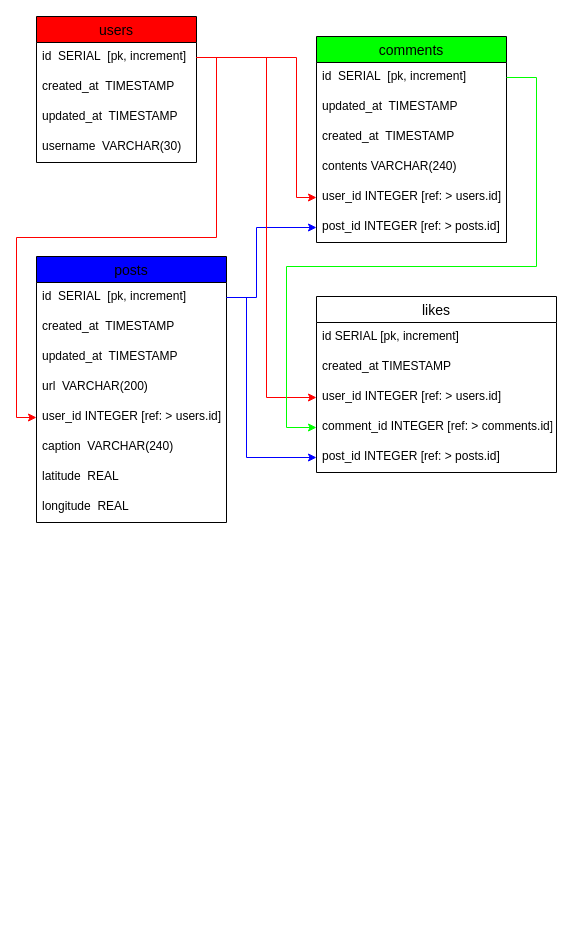
louissaadgo/database-schema keeps this draw.io diagram as DB INSTA.drawio. Above is the earlier version. Source tidied: cells renumbered, new cells numbered last; positions are measured from the earlier drawing's top-left corner, leaving out a move shared by most shapes. Both pictures are drawn from the tidied source at 100%, with x=0, y=0 at pixel (36, 16).
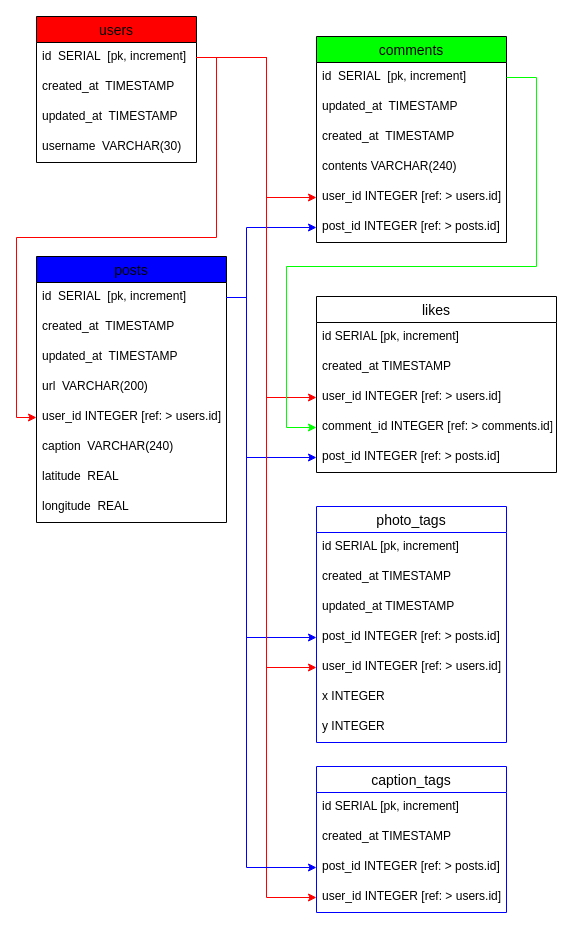
The same page after the edit.

Commit message:
added tag function on posts and captions

Unchanged cells that the change refers to:
```xml
<mxCell id="3" value="id  SERIAL  [pk, increment]" style="text;strokeColor=none;fillColor=none;spacingLeft=4;spacingRight=4;overflow=hidden;points=[[0,0.5],[1,0.5]];portConstraint=eastwest;fontSize=12;" parent="2" vertex="1">
  <mxGeometry y="26" width="160" height="30" as="geometry" />
</mxCell>
<mxCell id="8" value="id  SERIAL  [pk, increment]" style="text;strokeColor=none;fillColor=none;spacingLeft=4;spacingRight=4;overflow=hidden;points=[[0,0.5],[1,0.5]];portConstraint=eastwest;fontSize=12;" parent="7" vertex="1">
  <mxGeometry y="26" width="190" height="30" as="geometry" />
</mxCell>
<mxCell id="21" value="user_id INTEGER [ref: &gt; users.id]" style="text;strokeColor=none;fillColor=none;spacingLeft=4;spacingRight=4;overflow=hidden;points=[[0,0.5],[1,0.5]];portConstraint=eastwest;fontSize=12;" parent="16" vertex="1">
  <mxGeometry y="146" width="190" height="30" as="geometry" />
</mxCell>
<mxCell id="22" value="post_id INTEGER [ref: &gt; posts.id]" style="text;strokeColor=none;fillColor=none;spacingLeft=4;spacingRight=4;overflow=hidden;points=[[0,0.5],[1,0.5]];portConstraint=eastwest;fontSize=12;" parent="16" vertex="1">
  <mxGeometry y="176" width="190" height="30" as="geometry" />
</mxCell>
```

What changed in the source:
```diff
@@
     <mxCell id="23" style="edgeStyle=orthogonalEdgeStyle;rounded=0;jettySize=auto;html=1;entryX=0;entryY=0.5;entryDx=0;entryDy=0;strokeColor=#FF0000;" parent="1" edge="1" source="3" target="21">
       <mxGeometry relative="1" as="geometry">
         <Array as="points">
-          <mxPoint x="260" y="41" />
-          <mxPoint x="260" y="181" />
+          <mxPoint x="230" y="41" />
+          <mxPoint x="230" y="181" />
         </Array>
       </mxGeometry>
     </mxCell>
     <mxCell id="24" style="edgeStyle=orthogonalEdgeStyle;rounded=0;jettySize=auto;html=1;entryX=0;entryY=0.5;entryDx=0;entryDy=0;strokeColor=#0000FF;" parent="1" edge="1" source="8" target="22">
       <mxGeometry relative="1" as="geometry">
         <Array as="points">
-          <mxPoint x="220" y="281" />
-          <mxPoint x="220" y="211" />
+          <mxPoint x="210" y="281" />
+          <mxPoint x="210" y="211" />
         </Array>
       </mxGeometry>
     </mxCell>
@@
+    <mxCell id="35" value="photo_tags" style="swimlane;fontStyle=0;horizontal=1;startSize=26;align=center;fontSize=14;strokeColor=#0000FF;fillColor=#FFFFFF;" parent="1" vertex="1">
+      <mxGeometry x="280" y="490" width="190" height="236" as="geometry" />
+    </mxCell>
+    <mxCell id="36" value="id SERIAL [pk, increment]" style="text;strokeColor=none;fillColor=none;spacingLeft=4;spacingRight=4;overflow=hidden;fontSize=12;" parent="35" vertex="1">
+      <mxGeometry y="26" width="190" height="30" as="geometry" />
+    </mxCell>
+    <mxCell id="37" value="created_at TIMESTAMP" style="text;strokeColor=none;fillColor=none;spacingLeft=4;spacingRight=4;overflow=hidden;fontSize=12;" parent="35" vertex="1">
+      <mxGeometry y="56" width="190" height="30" as="geometry" />
+    </mxCell>
+    <mxCell id="38" value="updated_at TIMESTAMP" style="text;strokeColor=none;fillColor=none;spacingLeft=4;spacingRight=4;overflow=hidden;fontSize=12;" parent="35" vertex="1">
+      <mxGeometry y="86" width="190" height="30" as="geometry" />
+    </mxCell>
+    <mxCell id="39" value="post_id INTEGER [ref: &gt; posts.id]" style="text;strokeColor=none;fillColor=none;spacingLeft=4;spacingRight=4;overflow=hidden;points=[[0,0.5],[1,0.5]];portConstraint=eastwest;fontSize=12;" parent="35" vertex="1">
+      <mxGeometry y="116" width="190" height="30" as="geometry" />
+    </mxCell>
+    <mxCell id="40" value="user_id INTEGER [ref: &gt; users.id]" style="text;strokeColor=none;fillColor=none;spacingLeft=4;spacingRight=4;overflow=hidden;points=[[0,0.5],[1,0.5]];portConstraint=eastwest;fontSize=12;" parent="35" vertex="1">
+      <mxGeometry y="146" width="190" height="30" as="geometry" />
+    </mxCell>
+    <mxCell id="41" value="x INTEGER" style="text;strokeColor=none;fillColor=none;spacingLeft=4;spacingRight=4;overflow=hidden;fontSize=12;" parent="35" vertex="1">
+      <mxGeometry y="176" width="190" height="30" as="geometry" />
+    </mxCell>
+    <mxCell id="42" value="y INTEGER" style="text;strokeColor=none;fillColor=none;spacingLeft=4;spacingRight=4;overflow=hidden;fontSize=12;" parent="35" vertex="1">
+      <mxGeometry y="206" width="190" height="30" as="geometry" />
+    </mxCell>
+    <mxCell id="43" value="caption_tags" style="swimlane;fontStyle=0;horizontal=1;startSize=26;align=center;fontSize=14;strokeColor=#0000FF;fillColor=#FFFFFF;" parent="1" vertex="1">
+      <mxGeometry x="280" y="750" width="190" height="146" as="geometry" />
+    </mxCell>
+    <mxCell id="44" value="id SERIAL [pk, increment]" style="text;strokeColor=none;fillColor=none;spacingLeft=4;spacingRight=4;overflow=hidden;fontSize=12;" parent="43" vertex="1">
+      <mxGeometry y="26" width="190" height="30" as="geometry" />
+    </mxCell>
+    <mxCell id="45" value="created_at TIMESTAMP" style="text;strokeColor=none;fillColor=none;spacingLeft=4;spacingRight=4;overflow=hidden;fontSize=12;" parent="43" vertex="1">
+      <mxGeometry y="56" width="190" height="30" as="geometry" />
+    </mxCell>
+    <mxCell id="46" value="post_id INTEGER [ref: &gt; posts.id]" style="text;strokeColor=none;fillColor=none;spacingLeft=4;spacingRight=4;overflow=hidden;points=[[0,0.5],[1,0.5]];portConstraint=eastwest;fontSize=12;" parent="43" vertex="1">
+      <mxGeometry y="86" width="190" height="30" as="geometry" />
+    </mxCell>
+    <mxCell id="47" value="user_id INTEGER [ref: &gt; users.id]" style="text;strokeColor=none;fillColor=none;spacingLeft=4;spacingRight=4;overflow=hidden;points=[[0,0.5],[1,0.5]];portConstraint=eastwest;fontSize=12;" parent="43" vertex="1">
+      <mxGeometry y="116" width="190" height="30" as="geometry" />
+    </mxCell>
+    <mxCell id="48" style="edgeStyle=orthogonalEdgeStyle;rounded=0;jettySize=auto;html=1;entryX=0;entryY=0.5;entryDx=0;entryDy=0;strokeColor=#FF0000;fillColor=#FF0000;" parent="1" edge="1" source="3" target="40">
+      <mxGeometry relative="1" as="geometry">
+        <Array as="points">
+          <mxPoint x="230" y="41" />
+          <mxPoint x="230" y="651" />
+        </Array>
+      </mxGeometry>
+    </mxCell>
+    <mxCell id="49" style="edgeStyle=orthogonalEdgeStyle;rounded=0;jettySize=auto;html=1;entryX=0;entryY=0.5;entryDx=0;entryDy=0;strokeColor=#0000FF;fillColor=#FF0000;" parent="1" edge="1" source="8" target="39">
+      <mxGeometry relative="1" as="geometry">
+        <Array as="points">
+          <mxPoint x="210" y="281" />
+          <mxPoint x="210" y="621" />
+        </Array>
+      </mxGeometry>
+    </mxCell>
+    <mxCell id="50" style="edgeStyle=orthogonalEdgeStyle;rounded=0;jettySize=auto;html=1;entryX=0;entryY=0.5;entryDx=0;entryDy=0;strokeColor=#FF0000;fillColor=#FF0000;exitX=1;exitY=0.5;exitDx=0;exitDy=0;" parent="1" edge="1" source="3" target="47">
+      <mxGeometry relative="1" as="geometry">
+        <Array as="points">
+          <mxPoint x="230" y="41" />
+          <mxPoint x="230" y="881" />
+        </Array>
+      </mxGeometry>
+    </mxCell>
+    <mxCell id="51" style="edgeStyle=orthogonalEdgeStyle;rounded=0;jettySize=auto;html=1;entryX=0;entryY=0.5;entryDx=0;entryDy=0;strokeColor=#0000FF;fillColor=#FF0000;exitX=1;exitY=0.5;exitDx=0;exitDy=0;" parent="1" edge="1" source="8" target="46">
+      <mxGeometry relative="1" as="geometry">
+        <Array as="points">
+          <mxPoint x="210" y="281" />
+          <mxPoint x="210" y="851" />
+        </Array>
+      </mxGeometry>
+    </mxCell>
```
